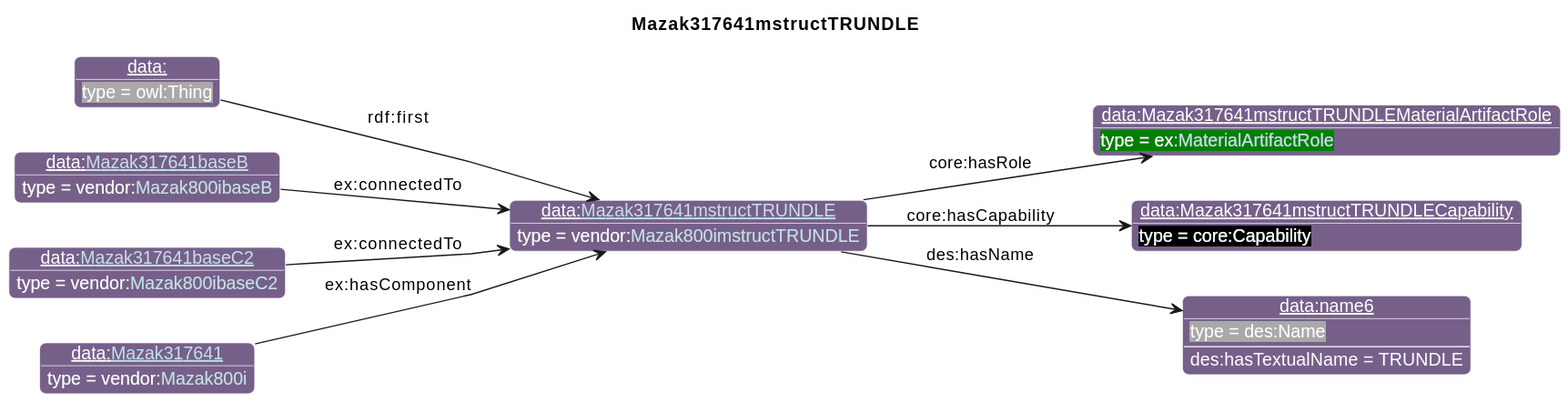
This is diagrams/Mazak317641mstructTRUNDLE.svg from iofoundry/example-syseng-mtconnect, a PlantUML export, as it was before one commit.
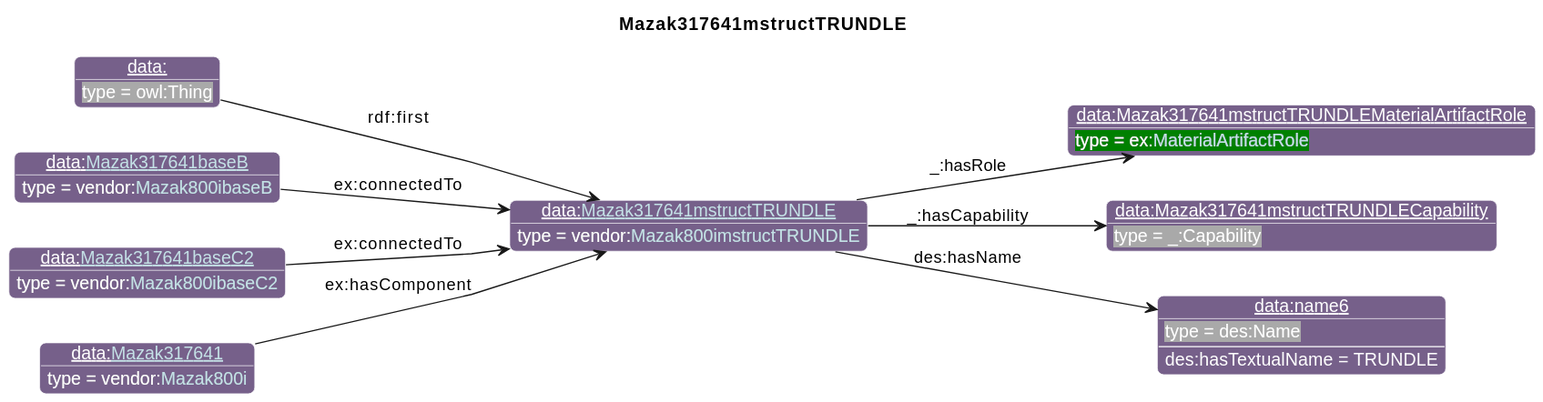
Above is the later version.

What changed in the source:
```diff
@@ -27,14 +27,14 @@
       }
 individual(o0, data:[[./Mazak317641mstructTRUNDLE.html Mazak317641mstructTRUNDLE]], vendor:[[../Mazak.html#Mazak800imstructTRUNDLE Mazak800imstructTRUNDLE]])
 individual(o1, data:Mazak317641mstructTRUNDLEMaterialArtifactRole, ex:[[../Example.html#MaterialArtifactRole MaterialArtifactRole]])
-individual(o2, data:Mazak317641mstructTRUNDLECapability, core:Capability)
+individual(o2, data:Mazak317641mstructTRUNDLECapability, _:Capability)
 individual(o3, data:name6, des:Name)
 individual(o4, data:, owl:Thing)
 individual(o5, data:[[./Mazak317641baseB.html Mazak317641baseB]], vendor:[[../Mazak.html#Mazak800ibaseB Mazak800ibaseB]])
 individual(o6, data:[[./Mazak317641baseC2.html Mazak317641baseC2]], vendor:[[../Mazak.html#Mazak800ibaseC2 Mazak800ibaseC2]])
 individual(o7, data:[[./Mazak317641.html Mazak317641]], vendor:[[../Mazak.html#Mazak800i Mazak800i]])
-property(o0, "core:hasRole", o1)
-property(o0, "core:hasCapability", o2)
+property(o0, "_:hasRole", o1)
+property(o0, "_:hasCapability", o2)
 property(o0, "des:hasName", o3)
 data(o3, "des:hasTextualName", "TRUNDLE")
 property(o4, "rdf:first", o0)
```
